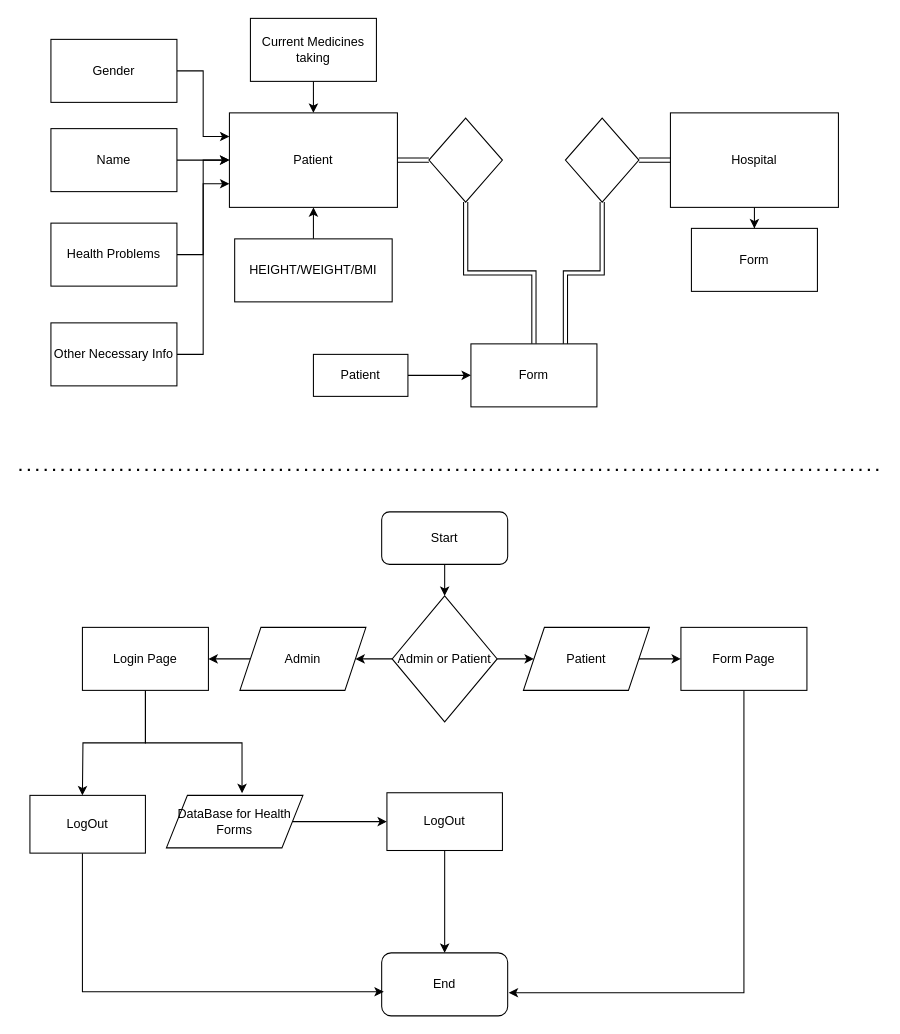
NBlancs/Health-Form---Flet-PocketBase keeps this draw.io diagram as Diagram.drawio. Above is the earlier version. Source tidied: cells renumbered, new cells numbered last; positions are measured from the earlier drawing's top-left corner, leaving out a move shared by most shapes. Both pictures are drawn from the tidied source at 105%, with x=0, y=0 at pixel (19, 18).
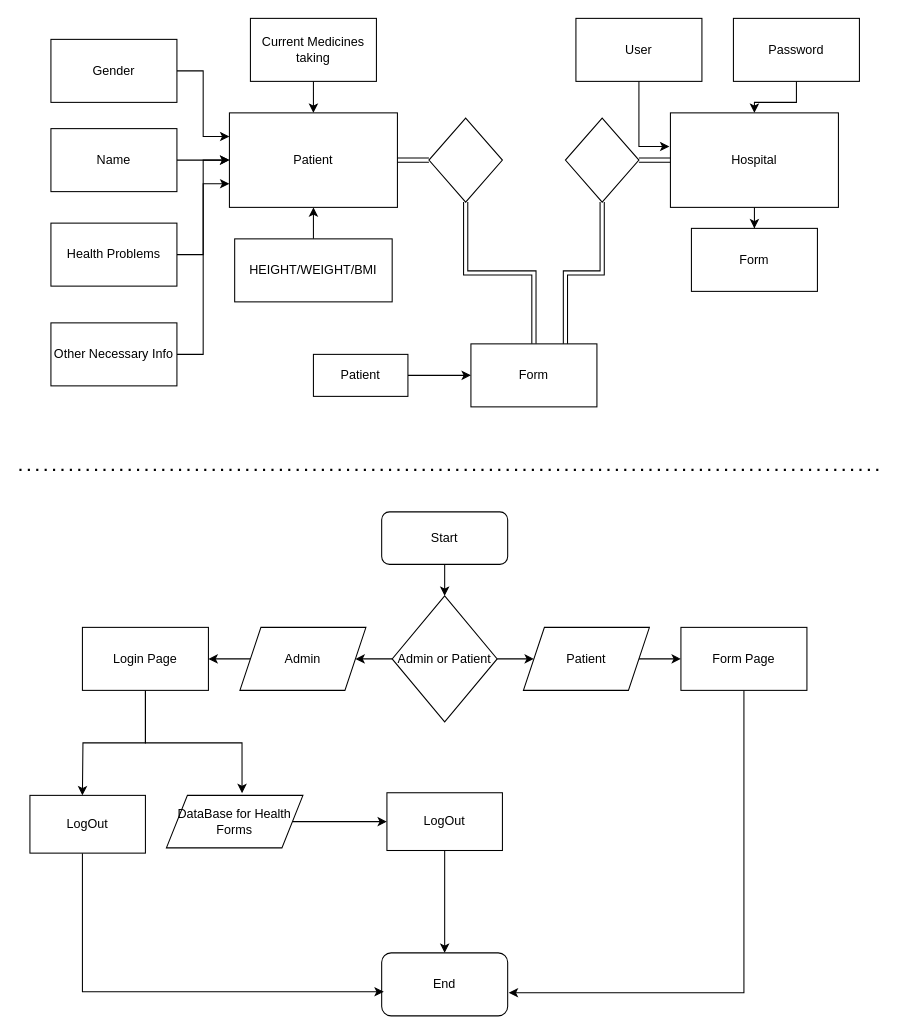
The same page after the edit.

The change refers to these unchanged cells:
```xml
<mxCell id="4" value="Hospital" style="rounded=0;whiteSpace=wrap;html=1;" parent="1" vertex="1">
  <mxGeometry x="620" y="90" width="160" height="90" as="geometry" />
</mxCell>
```

Change to the diagram source:
```diff
@@
+    <mxCell id="49" style="edgeStyle=orthogonalEdgeStyle;rounded=0;jettySize=auto;html=1;entryX=-0.006;entryY=0.356;entryDx=0;entryDy=0;entryPerimeter=0;" parent="1" edge="1" source="50" target="4">
+      <mxGeometry relative="1" as="geometry" />
+    </mxCell>
+    <mxCell id="50" value="User" style="rounded=0;whiteSpace=wrap;html=1;" parent="1" vertex="1">
+      <mxGeometry x="530" width="120" height="60" as="geometry" />
+    </mxCell>
+    <mxCell id="51" style="edgeStyle=orthogonalEdgeStyle;rounded=0;jettySize=auto;html=1;entryX=0.5;entryY=0;entryDx=0;entryDy=0;" parent="1" edge="1" source="52" target="4">
+      <mxGeometry relative="1" as="geometry" />
+    </mxCell>
+    <mxCell id="52" value="Password" style="rounded=0;whiteSpace=wrap;html=1;" parent="1" vertex="1">
+      <mxGeometry x="680" width="120" height="60" as="geometry" />
+    </mxCell>
```
